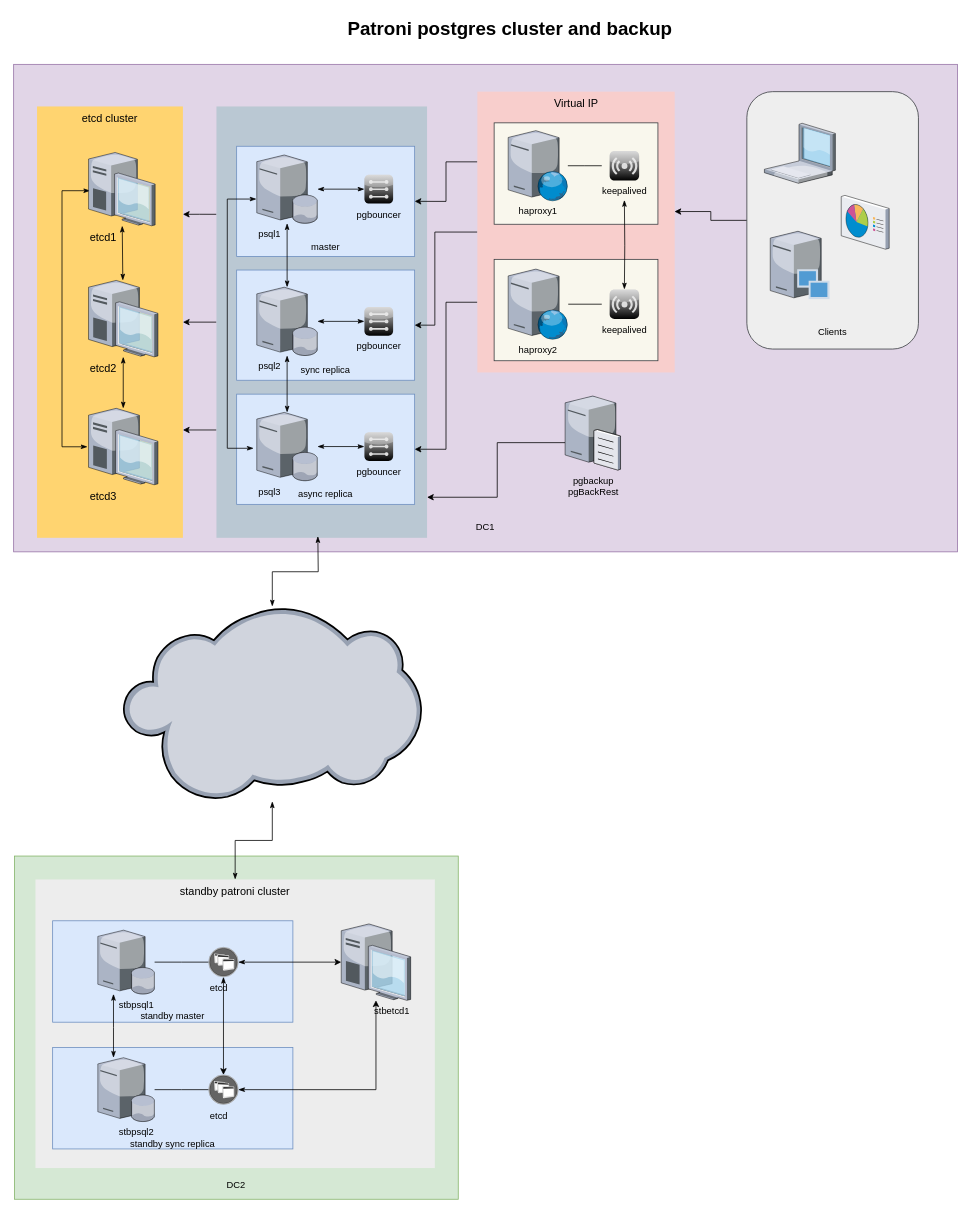
sirantonyru/pgcluster keeps this draw.io diagram as Диаграмма без названия.drawio. Above is the earlier version. Source tidied: cells renumbered, new cells numbered last; positions are measured from the earlier drawing's top-left corner, leaving out a move shared by most shapes. Both pictures are drawn from the tidied source at 78%, with x=0, y=0 at pixel (13, 13).
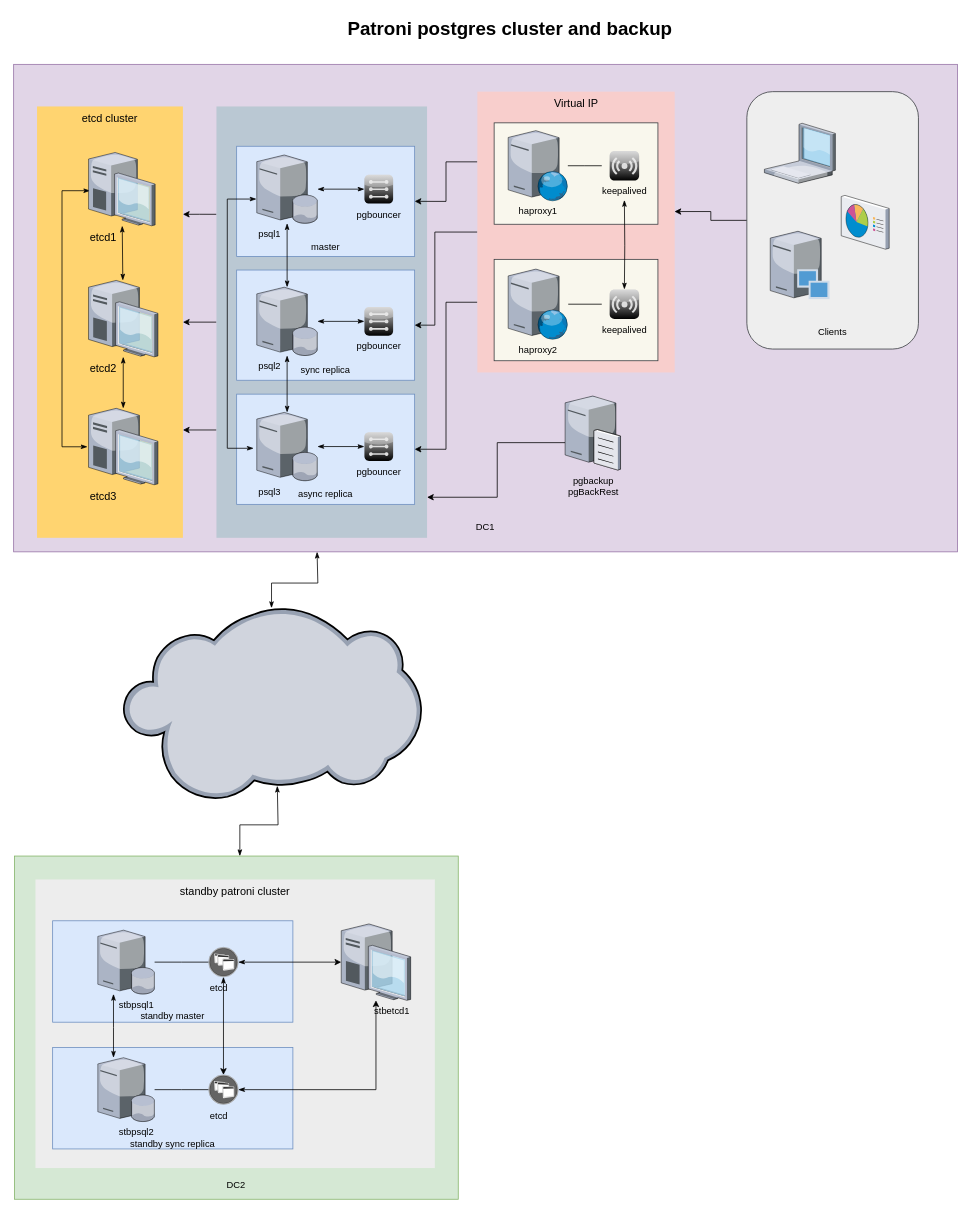
Above is the later version.

The change refers to these unchanged cells:
```xml
<mxCell id="37" style="verticalLabelPosition=bottom;sketch=0;html=1;verticalAlign=top;strokeColor=none;align=center;outlineConnect=0;shape=mxgraph.citrix.cloud;" parent="1" vertex="1">
  <mxGeometry x="140" y="760" width="383.1" height="250" as="geometry" />
</mxCell>
<mxCell id="44" value="standby patroni cluster" style="whiteSpace=wrap;html=1;fillColor=#EDEDED;fontSize=14;strokeColor=none;verticalAlign=top;" parent="1" vertex="1">
  <mxGeometry x="28" y="1110" width="512" height="370" as="geometry" />
</mxCell>
```

The edit, as a diff of the source:
```diff
@@
-    <mxCell id="36" style="edgeStyle=orthogonalEdgeStyle;rounded=0;jettySize=auto;html=1;endArrow=classicThin;endFill=1;startArrow=classicThin;startFill=1;" parent="1" edge="1" source="37">
+    <mxCell id="36" style="edgeStyle=orthogonalEdgeStyle;rounded=0;orthogonalLoop=1;jettySize=auto;html=1;endArrow=classicThin;endFill=1;startArrow=classicThin;startFill=1;" parent="1" edge="1">
       <mxGeometry relative="1" as="geometry">
-        <mxPoint x="390" y="670" as="targetPoint" />
+        <mxPoint x="330.6" y="762" as="sourcePoint" />
+        <mxPoint x="389" y="690" as="targetPoint" />
+        <Array as="points">
+          <mxPoint x="331" y="730" />
+          <mxPoint x="390" y="730" />
+        </Array>
       </mxGeometry>
     </mxCell>
@@
-    <mxCell id="43" style="edgeStyle=orthogonalEdgeStyle;rounded=0;jettySize=auto;html=1;startArrow=classicThin;startFill=1;endArrow=classicThin;endFill=1;" parent="1" edge="1" source="44" target="37">
-      <mxGeometry relative="1" as="geometry" />
+    <mxCell id="43" style="edgeStyle=orthogonalEdgeStyle;rounded=0;orthogonalLoop=1;jettySize=auto;html=1;startArrow=classicThin;startFill=1;endArrow=classicThin;endFill=1;" parent="1" edge="1">
+      <mxGeometry relative="1" as="geometry">
+        <mxPoint x="290" y="1080" as="sourcePoint" />
+        <mxPoint x="338" y="990" as="targetPoint" />
+        <Array as="points">
+          <mxPoint x="290" y="1040" />
+          <mxPoint x="339" y="1040" />
+        </Array>
+      </mxGeometry>
     </mxCell>
```
